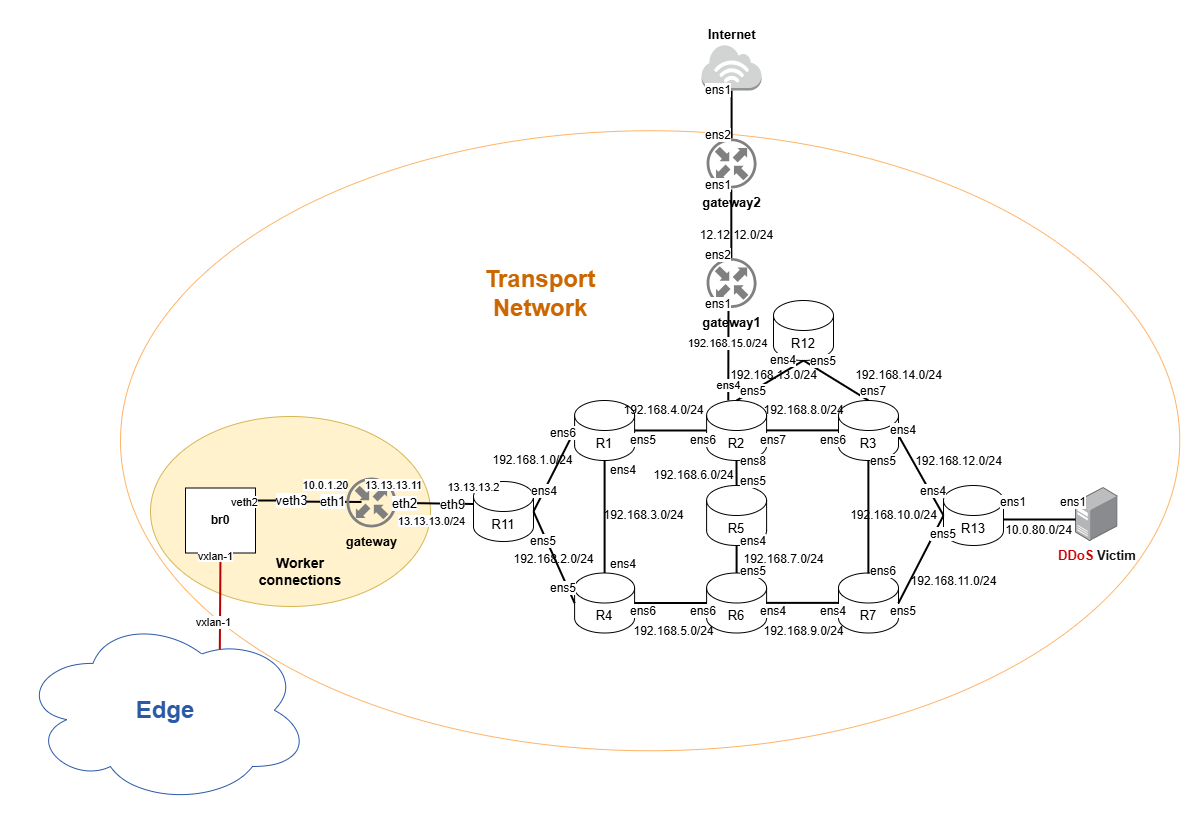
Earlier version of the draw.io export deployment-kne/mouseworld_topology/topology_tn.png (Mouseworld-Lab/NDT-EDGE). Source tidied: cells renumbered, new cells last; positions are measured from the earlier drawing's top-left corner, leaving out a move shared by most shapes.
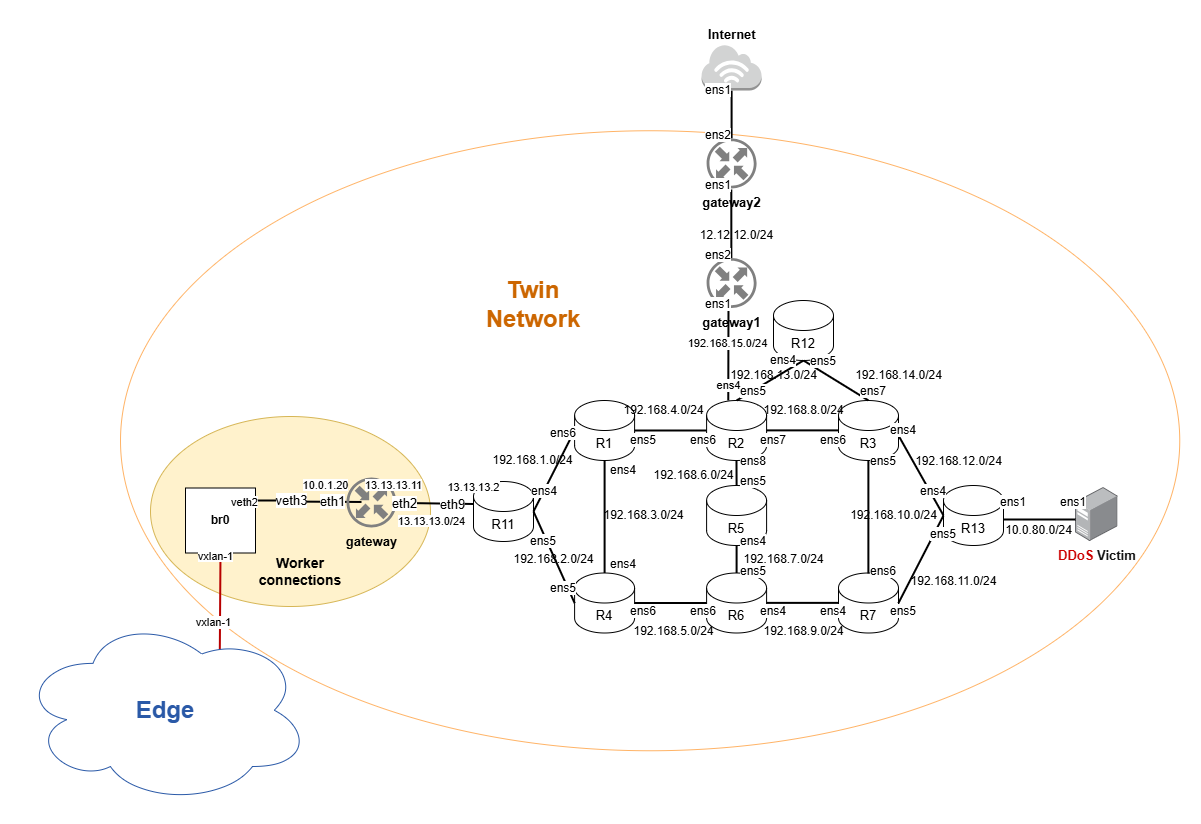
Later version of the same file.

What changed in the source:
```diff
@@ -367,9 +367,6 @@
     <mxCell id="109" value="10.0.80.0/24" style="text;html=1;align=center;verticalAlign=middle;strokeColor=none;fillColor=none;" parent="1" vertex="1">
       <mxGeometry x="973" y="495" width="90" height="30" as="geometry" />
     </mxCell>
-    <mxCell id="110" value="&lt;span style=&quot;font-size: 24px;&quot;&gt;&lt;b style=&quot;&quot;&gt;&lt;font style=&quot;color: rgb(204, 102, 0);&quot;&gt;Transport&lt;/font&gt;&lt;/b&gt;&lt;/span&gt;&lt;div&gt;&lt;b style=&quot;font-size: 24px;&quot;&gt;&lt;font style=&quot;color: rgb(204, 102, 0);&quot;&gt;Network&lt;/font&gt;&lt;/b&gt;&lt;span style=&quot;font-size: 24px;&quot;&gt;&lt;b style=&quot;&quot;&gt;&lt;font style=&quot;color: rgb(204, 102, 0);&quot;&gt;&lt;/font&gt;&lt;/b&gt;&lt;/span&gt;&lt;/div&gt;" style="text;html=1;align=center;verticalAlign=middle;whiteSpace=wrap;rounded=0;" parent="1" vertex="1">
-      <mxGeometry x="490" y="257.5" width="60" height="30" as="geometry" />
-    </mxCell>
     <mxCell id="111" style="ellipse;shape=cloud;whiteSpace=wrap;html=1;strokeColor=light-dark(#2A59A7,#2A59A7);" parent="1" vertex="1">
       <mxGeometry y="596" width="290" height="187.5" as="geometry" />
     </mxCell>
@@ -382,5 +379,8 @@
     <mxCell id="114" value="&lt;span style=&quot;font-size: 14px;&quot;&gt;&lt;b&gt;Worker connections&lt;/b&gt;&lt;/span&gt;" style="text;html=1;align=center;verticalAlign=middle;whiteSpace=wrap;rounded=0;" parent="1" vertex="1">
       <mxGeometry x="250" y="536" width="60" height="30" as="geometry" />
     </mxCell>
+    <mxCell id="115" value="&lt;span style=&quot;font-size: 24px;&quot;&gt;&lt;b style=&quot;&quot;&gt;&lt;font style=&quot;color: rgb(204, 102, 0);&quot;&gt;Twin&lt;/font&gt;&lt;/b&gt;&lt;/span&gt;&lt;div&gt;&lt;b style=&quot;font-size: 24px;&quot;&gt;&lt;font style=&quot;color: rgb(204, 102, 0);&quot;&gt;Network&lt;/font&gt;&lt;/b&gt;&lt;span style=&quot;font-size: 24px;&quot;&gt;&lt;b style=&quot;&quot;&gt;&lt;font style=&quot;color: rgb(204, 102, 0);&quot;&gt;&lt;/font&gt;&lt;/b&gt;&lt;/span&gt;&lt;/div&gt;" style="text;html=1;align=center;verticalAlign=middle;whiteSpace=wrap;rounded=0;" parent="1" vertex="1">
+      <mxGeometry x="483" y="269" width="60" height="30" as="geometry" />
+    </mxCell>
   </root>
 </mxGraphModel>
```
